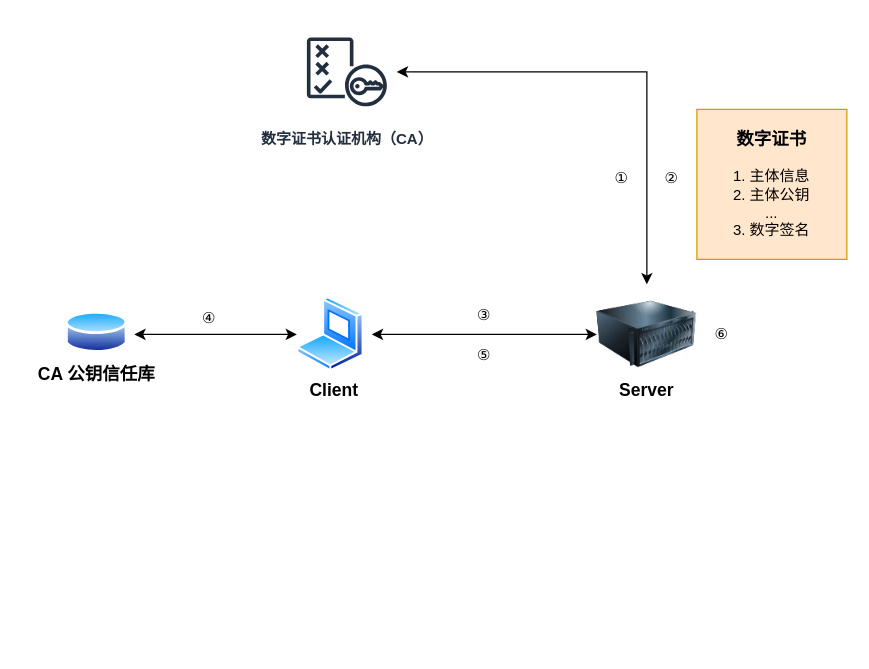
The draw.io diagram 计算机网络/数字证书工作流程.drawio in jayouths/drawio_Repository, before the edit. Source tidied: cells renumbered, new cells numbered last; positions are measured from the earlier drawing's top-left corner, leaving out a move shared by most shapes. Both pictures are drawn from the tidied source at 125%, with x=0, y=0 at pixel (21, 21).
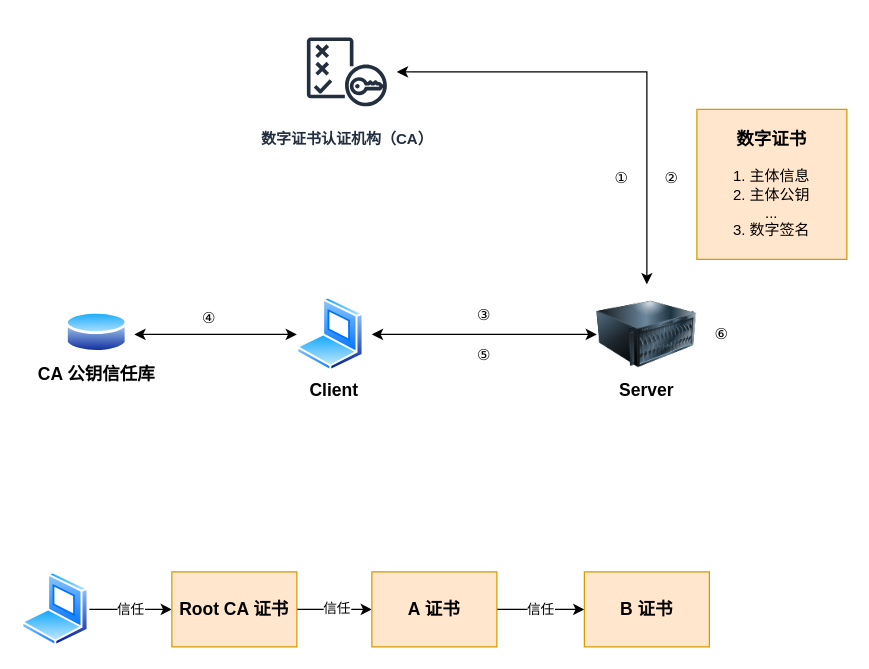
Above is the later version.

Commit message:
更新数字证书工作流程.drawio

The edit, as a diff of the source:
```diff
@@
+    <mxCell id="20" value="信任" style="edgeStyle=orthogonalEdgeStyle;rounded=0;jettySize=auto;html=1;" parent="1" edge="1" source="21" target="24">
+      <mxGeometry relative="1" as="geometry">
+        <Array as="points">
+          <mxPoint x="90" y="470" />
+          <mxPoint x="90" y="470" />
+        </Array>
+      </mxGeometry>
+    </mxCell>
+    <mxCell id="21" style="image;perimeter=ellipsePerimeter;html=1;align=center;shadow=0;dashed=0;spacingTop=3;image=img/lib/active_directory/laptop_client.svg;" parent="1" vertex="1">
+      <mxGeometry y="440" width="54" height="60" as="geometry" />
+    </mxCell>
+    <mxCell id="22" style="edgeStyle=orthogonalEdgeStyle;rounded=0;jettySize=auto;html=1;" parent="1" edge="1" source="24" target="26">
+      <mxGeometry relative="1" as="geometry" />
+    </mxCell>
+    <mxCell id="23" value="信任" style="edgeLabel;html=1;align=center;verticalAlign=middle;" parent="22" vertex="1">
+      <mxGeometry x="0.04" y="2" relative="1" as="geometry" />
+    </mxCell>
+    <mxCell id="24" value="&lt;b&gt;&lt;font style=&quot;font-size: 14px;&quot;&gt;Root CA 证书&lt;/font&gt;&lt;/b&gt;" style="rounded=0;whiteSpace=wrap;html=1;fillColor=#ffe6cc;strokeColor=#d79b00;" parent="1" vertex="1">
+      <mxGeometry x="120" y="440" width="100" height="60" as="geometry" />
+    </mxCell>
+    <mxCell id="25" value="信任" style="edgeStyle=orthogonalEdgeStyle;rounded=0;jettySize=auto;html=1;" parent="1" edge="1" source="26" target="27">
+      <mxGeometry relative="1" as="geometry" />
+    </mxCell>
+    <mxCell id="26" value="&lt;b&gt;&lt;font style=&quot;font-size: 14px;&quot;&gt;A 证书&lt;/font&gt;&lt;/b&gt;" style="rounded=0;whiteSpace=wrap;html=1;fillColor=#ffe6cc;strokeColor=#d79b00;" parent="1" vertex="1">
+      <mxGeometry x="280" y="440" width="100" height="60" as="geometry" />
+    </mxCell>
+    <mxCell id="27" value="&lt;b&gt;&lt;font style=&quot;font-size: 14px;&quot;&gt;B 证书&lt;/font&gt;&lt;/b&gt;" style="rounded=0;whiteSpace=wrap;html=1;fillColor=#ffe6cc;strokeColor=#d79b00;" parent="1" vertex="1">
+      <mxGeometry x="450" y="440" width="100" height="60" as="geometry" />
+    </mxCell>
```
